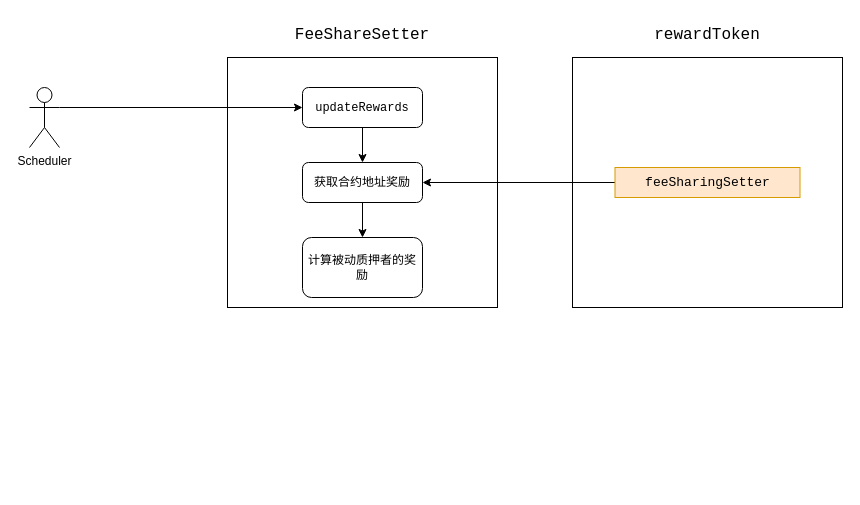
This is page "平台费分配" (3 of 4) of Untitled Diagram.drawio from zhgsnake/MirrorWay, a draw.io file, before an edit. Source tidied: cells renumbered, new cells numbered last; positions are measured from the earlier drawing's top-left corner, leaving out a move shared by most shapes. Both pictures are drawn from the tidied source at 100%, with x=0, y=0 at pixel (29, 17).
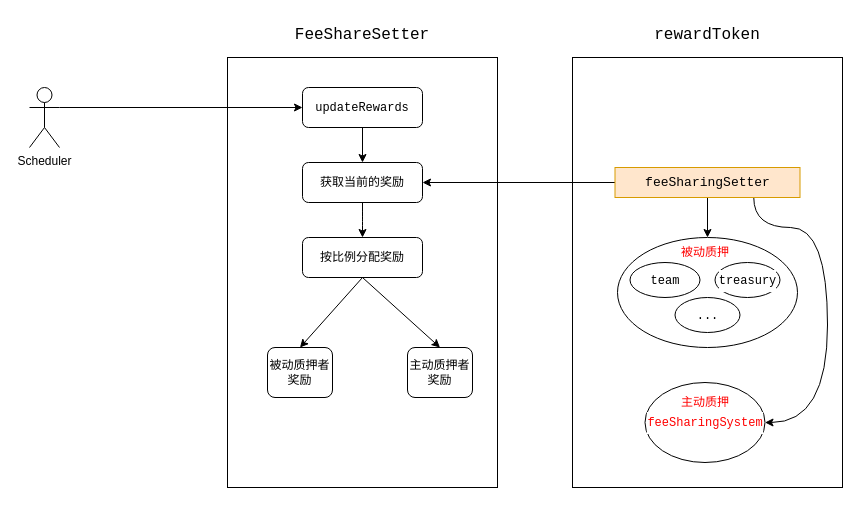
The same page after the edit.

The change refers to these unchanged cells:
```xml
<mxCell id="6" value="&lt;div style=&quot;font-family: Consolas, &amp;quot;Courier New&amp;quot;, monospace; font-size: 13px; line-height: 22px;&quot;&gt;feeSharingSetter&lt;/div&gt;" style="rounded=0;whiteSpace=wrap;html=1;labelBackgroundColor=none;labelBorderColor=none;fontSize=13;fillColor=#ffe6cc;strokeColor=#d79b00;" parent="1" vertex="1">
  <mxGeometry x="585.5" y="150" width="185" height="30" as="geometry" />
</mxCell>
```

The edit, as a diff of the source:
```diff
@@
+    <mxCell id="4" style="rounded=0;whiteSpace=wrap;html=1;labelBackgroundColor=default;labelBorderColor=none;fontSize=11;" parent="1" vertex="1">
+      <mxGeometry x="543" y="40" width="270" height="430" as="geometry" />
+    </mxCell>
+    <mxCell id="15" style="ellipse;whiteSpace=wrap;html=1;labelBackgroundColor=none;fontSize=12;fontColor=#CC0000;" parent="1" vertex="1">
+      <mxGeometry x="588" y="220" width="180" height="110" as="geometry" />
+    </mxCell>
     <mxCell id="2" style="rounded=0;whiteSpace=wrap;html=1;labelBackgroundColor=default;labelBorderColor=none;fontSize=11;" parent="1" vertex="1">
-      <mxGeometry x="198" y="40" width="270" height="250" as="geometry" />
+      <mxGeometry x="198" y="40" width="270" height="430" as="geometry" />
     </mxCell>
@@
-    <mxCell id="4" style="rounded=0;whiteSpace=wrap;html=1;labelBackgroundColor=default;labelBorderColor=none;fontSize=11;" parent="1" vertex="1">
-      <mxGeometry x="543" y="40" width="270" height="250" as="geometry" />
-    </mxCell>
@@
+    <mxCell id="16" style="rounded=0;jettySize=auto;html=1;exitX=0.5;exitY=1;exitDx=0;exitDy=0;entryX=0.5;entryY=0;entryDx=0;entryDy=0;fontSize=12;fontColor=#FF0000;" parent="1" edge="1" source="6" target="15">
+      <mxGeometry relative="1" as="geometry" />
+    </mxCell>
+    <mxCell id="17" style="edgeStyle=orthogonalEdgeStyle;rounded=0;jettySize=auto;html=1;exitX=0.75;exitY=1;exitDx=0;exitDy=0;entryX=1;entryY=0.5;entryDx=0;entryDy=0;fontSize=12;fontColor=#FF0000;curved=1;" parent="1" edge="1" source="6" target="24">
+      <mxGeometry relative="1" as="geometry">
+        <Array as="points">
+          <mxPoint x="724" y="210" />
+          <mxPoint x="798" y="210" />
+          <mxPoint x="798" y="405" />
+        </Array>
+      </mxGeometry>
+    </mxCell>
@@
-    <mxCell id="12" style="edgeStyle=none;rounded=0;jettySize=auto;html=1;fontSize=12;" parent="1" edge="1" source="13" target="14">
-      <mxGeometry relative="1" as="geometry" />
-    </mxCell>
+    <mxCell id="18" style="edgeStyle=orthogonalEdgeStyle;curved=1;rounded=0;jettySize=auto;html=1;fontSize=12;fontColor=#FF0000;" parent="1" edge="1" source="13" target="29">
+      <mxGeometry relative="1" as="geometry" />
+    </mxCell>
-    <mxCell id="13" value="获取合约地址奖励" style="whiteSpace=wrap;html=1;fillColor=none;rounded=1;labelBackgroundColor=none;labelBorderColor=none;" parent="1" vertex="1">
+    <mxCell id="13" value="获取当前的奖励" style="whiteSpace=wrap;html=1;fillColor=none;rounded=1;labelBackgroundColor=none;labelBorderColor=none;" parent="1" vertex="1">
       <mxGeometry x="273" y="145" width="120" height="40" as="geometry" />
     </mxCell>
-    <mxCell id="14" value="计算被动质押者的奖励" style="whiteSpace=wrap;html=1;fillColor=none;rounded=1;labelBackgroundColor=none;labelBorderColor=none;" parent="1" vertex="1">
-      <mxGeometry x="273" y="220" width="120" height="60" as="geometry" />
+    <mxCell id="14" value="被动质押者奖励" style="whiteSpace=wrap;html=1;fillColor=none;rounded=1;labelBackgroundColor=none;labelBorderColor=none;" parent="1" vertex="1">
+      <mxGeometry x="238" y="330" width="65" height="50" as="geometry" />
     </mxCell>
+    <mxCell id="19" value="主动质押者奖励" style="whiteSpace=wrap;html=1;fillColor=none;rounded=1;labelBackgroundColor=none;labelBorderColor=none;" parent="1" vertex="1">
+      <mxGeometry x="378" y="330" width="65" height="50" as="geometry" />
+    </mxCell>
+    <mxCell id="20" value="&lt;div style=&quot;color: rgb(0, 0, 0); background-color: rgb(255, 255, 255); font-family: Consolas, &amp;quot;Courier New&amp;quot;, monospace; font-size: 12px; line-height: 22px;&quot;&gt;team&lt;/div&gt;" style="ellipse;whiteSpace=wrap;html=1;labelBackgroundColor=none;fontColor=#CC0000;fontSize=12;" parent="1" vertex="1">
+      <mxGeometry x="600.5" y="245" width="70" height="35" as="geometry" />
+    </mxCell>
+    <mxCell id="21" value="&lt;div style=&quot;color: rgb(0, 0, 0); background-color: rgb(255, 255, 255); font-family: Consolas, &amp;quot;Courier New&amp;quot;, monospace; line-height: 22px;&quot;&gt;&lt;font style=&quot;font-size: 12px;&quot;&gt;treasury&lt;/font&gt;&lt;/div&gt;" style="ellipse;whiteSpace=wrap;html=1;labelBackgroundColor=none;fontColor=#CC0000;" parent="1" vertex="1">
+      <mxGeometry x="685.5" y="245" width="65" height="35" as="geometry" />
+    </mxCell>
+    <mxCell id="22" value="&lt;div style=&quot;color: rgb(0, 0, 0); background-color: rgb(255, 255, 255); font-family: Consolas, &amp;quot;Courier New&amp;quot;, monospace; line-height: 22px;&quot;&gt;&lt;font style=&quot;font-size: 12px;&quot;&gt;...&lt;/font&gt;&lt;/div&gt;" style="ellipse;whiteSpace=wrap;html=1;labelBackgroundColor=none;fontColor=#CC0000;" parent="1" vertex="1">
+      <mxGeometry x="645.5" y="280" width="65" height="35" as="geometry" />
+    </mxCell>
+    <mxCell id="23" style="edgeStyle=none;rounded=0;orthogonalLoop=1;jettySize=auto;html=1;exitX=0;exitY=0;exitDx=0;exitDy=0;fontSize=12;fontColor=#CC0000;" parent="1" edge="1" source="21" target="21">
+      <mxGeometry relative="1" as="geometry" />
+    </mxCell>
+    <mxCell id="24" value="&lt;div style=&quot;background-color: rgb(255, 255, 255); font-family: Consolas, &amp;quot;Courier New&amp;quot;, monospace; font-size: 12px; line-height: 22px;&quot;&gt;&lt;font color=&quot;#ff0000&quot;&gt;feeSharingSystem&lt;/font&gt;&lt;/div&gt;" style="ellipse;whiteSpace=wrap;html=1;labelBackgroundColor=none;fontSize=12;fontColor=#CC0000;" parent="1" vertex="1">
+      <mxGeometry x="615.5" y="365" width="120" height="80" as="geometry" />
+    </mxCell>
+    <mxCell id="25" value="被动质押" style="text;html=1;strokeColor=none;fillColor=none;align=center;verticalAlign=middle;whiteSpace=wrap;rounded=0;labelBackgroundColor=none;fontSize=12;fontColor=#FF0000;" parent="1" vertex="1">
+      <mxGeometry x="645.5" y="220" width="60" height="30" as="geometry" />
+    </mxCell>
+    <mxCell id="26" value="主动质押" style="text;html=1;strokeColor=none;fillColor=none;align=center;verticalAlign=middle;whiteSpace=wrap;rounded=0;labelBackgroundColor=none;fontSize=12;fontColor=#FF0000;" parent="1" vertex="1">
+      <mxGeometry x="645.5" y="370" width="60" height="30" as="geometry" />
+    </mxCell>
+    <mxCell id="27" style="rounded=0;jettySize=auto;html=1;exitX=0.5;exitY=1;exitDx=0;exitDy=0;entryX=0.5;entryY=0;entryDx=0;entryDy=0;fontSize=12;fontColor=#FF0000;" parent="1" edge="1" source="29" target="14">
+      <mxGeometry relative="1" as="geometry" />
+    </mxCell>
+    <mxCell id="28" style="edgeStyle=none;rounded=0;jettySize=auto;html=1;exitX=0.5;exitY=1;exitDx=0;exitDy=0;entryX=0.5;entryY=0;entryDx=0;entryDy=0;fontSize=12;fontColor=#FF0000;" parent="1" edge="1" source="29" target="19">
+      <mxGeometry relative="1" as="geometry" />
+    </mxCell>
+    <mxCell id="29" value="按比例分配奖励" style="whiteSpace=wrap;html=1;fillColor=none;rounded=1;labelBackgroundColor=none;labelBorderColor=none;" parent="1" vertex="1">
+      <mxGeometry x="273" y="220" width="120" height="40" as="geometry" />
+    </mxCell>
```
